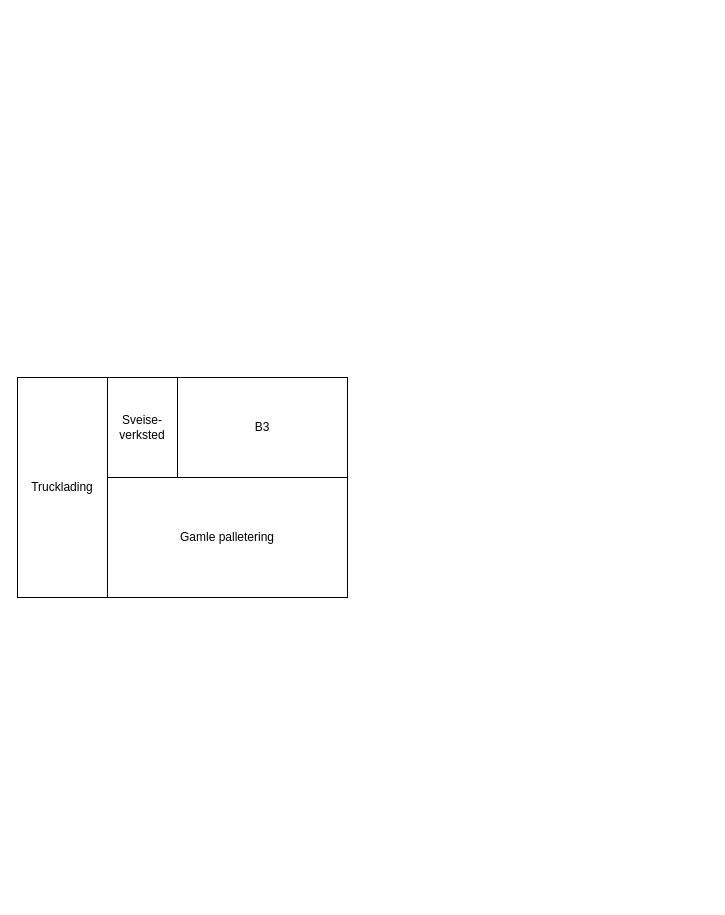
Before: Skapoversikt.drawio in warben0/DrawIOStorage, a draw.io diagram. Source tidied: cells renumbered, new cells numbered last; positions are measured from the earlier drawing's top-left corner, leaving out a move shared by most shapes. Both pictures are drawn from the tidied source at 100%, with x=0, y=0 at pixel (17, 377).
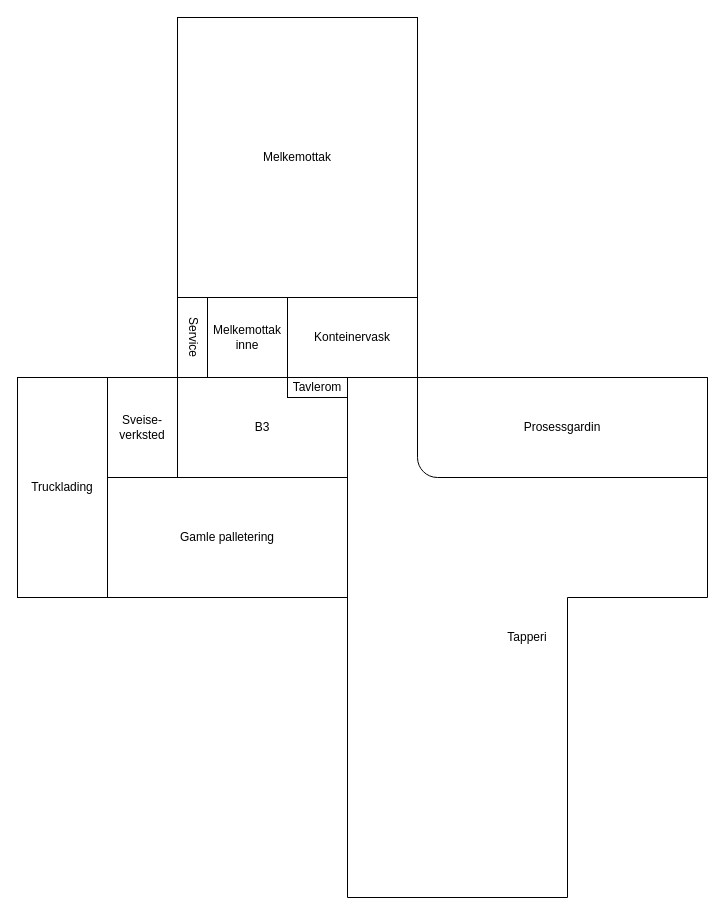
After the change.

Change to the diagram source:
```diff
@@
 <mxGraphModel>
   <root>
     <mxCell id="0" />
     <mxCell id="1" parent="0" />
     <mxCell id="2" parent="0" />
     <mxCell id="3" parent="0" />
     <mxCell id="4" value="B3" style="rounded=0;whiteSpace=wrap;html=1;" parent="3" vertex="1">
       <mxGeometry x="160" width="170" height="100" as="geometry" />
     </mxCell>
     <mxCell id="5" value="Sveise- verksted" style="rounded=0;whiteSpace=wrap;html=1;" parent="3" vertex="1">
       <mxGeometry x="90" width="70" height="100" as="geometry" />
     </mxCell>
     <mxCell id="6" value="Trucklading" style="rounded=0;whiteSpace=wrap;html=1;" parent="3" vertex="1">
       <mxGeometry width="90" height="220" as="geometry" />
     </mxCell>
     <mxCell id="7" value="Gamle palletering" style="rounded=0;whiteSpace=wrap;html=1;" parent="3" vertex="1">
       <mxGeometry x="90" y="100" width="240" height="120" as="geometry" />
     </mxCell>
+    <mxCell id="10" value="Tapperi" style="shape=corner;whiteSpace=wrap;html=1;dx=220;dy=220;" parent="3" vertex="1">
+      <mxGeometry x="330" width="360" height="520" as="geometry" />
+    </mxCell>
+    <mxCell id="11" value="Prosessgardin" style="verticalLabelPosition=middle;verticalAlign=middle;html=1;shape=mxgraph.basic.corner_round_rect;dx=10;whiteSpace=wrap;labelPosition=center;align=center;direction=west;flipH=1;" parent="3" vertex="1">
+      <mxGeometry x="400" width="290" height="100" as="geometry" />
+    </mxCell>
+    <mxCell id="12" value="Konteinervask" style="rounded=0;whiteSpace=wrap;html=1;" parent="3" vertex="1">
+      <mxGeometry x="270" y="-80" width="130" height="80" as="geometry" />
+    </mxCell>
+    <mxCell id="13" value="Tavlerom" style="rounded=0;whiteSpace=wrap;html=1;" parent="3" vertex="1">
+      <mxGeometry x="270" width="60" height="20" as="geometry" />
+    </mxCell>
+    <mxCell id="14" value="Melkemottak inne" style="rounded=0;whiteSpace=wrap;html=1;" parent="3" vertex="1">
+      <mxGeometry x="190" y="-80" width="80" height="80" as="geometry" />
+    </mxCell>
+    <mxCell id="15" value="Service" style="rounded=0;whiteSpace=wrap;html=1;textDirection=vertical-lr;" parent="3" vertex="1">
+      <mxGeometry x="160" y="-80" width="30" height="80" as="geometry" />
+    </mxCell>
+    <mxCell id="16" value="Melkemottak" style="rounded=0;whiteSpace=wrap;html=1;" parent="3" vertex="1">
+      <mxGeometry x="160" y="-360" width="240" height="280" as="geometry" />
+    </mxCell>
     <mxCell id="8" parent="0" />
     <mxCell id="9" parent="0" />
   </root>
 </mxGraphModel>
```
